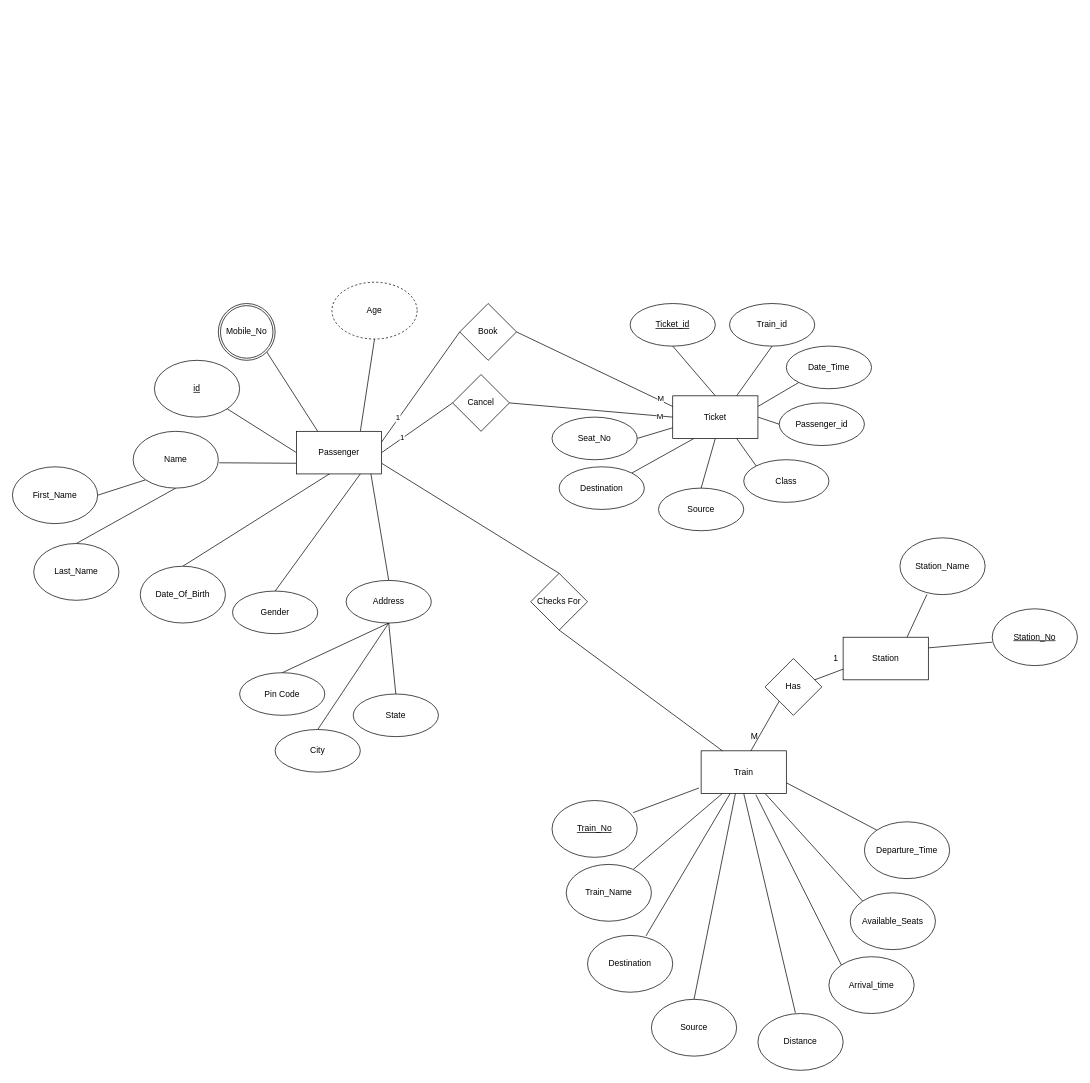
This is Railway-Management-System.drawio from TopVirusMinus/Railway-Management-System-Database, a draw.io file, before an edit. Source tidied: cells renumbered, new cells numbered last; positions are measured from the earlier drawing's top-left corner, leaving out a move shared by most shapes. Both pictures are drawn from the tidied source at 71%, with x=0, y=0 at pixel (12, 282).
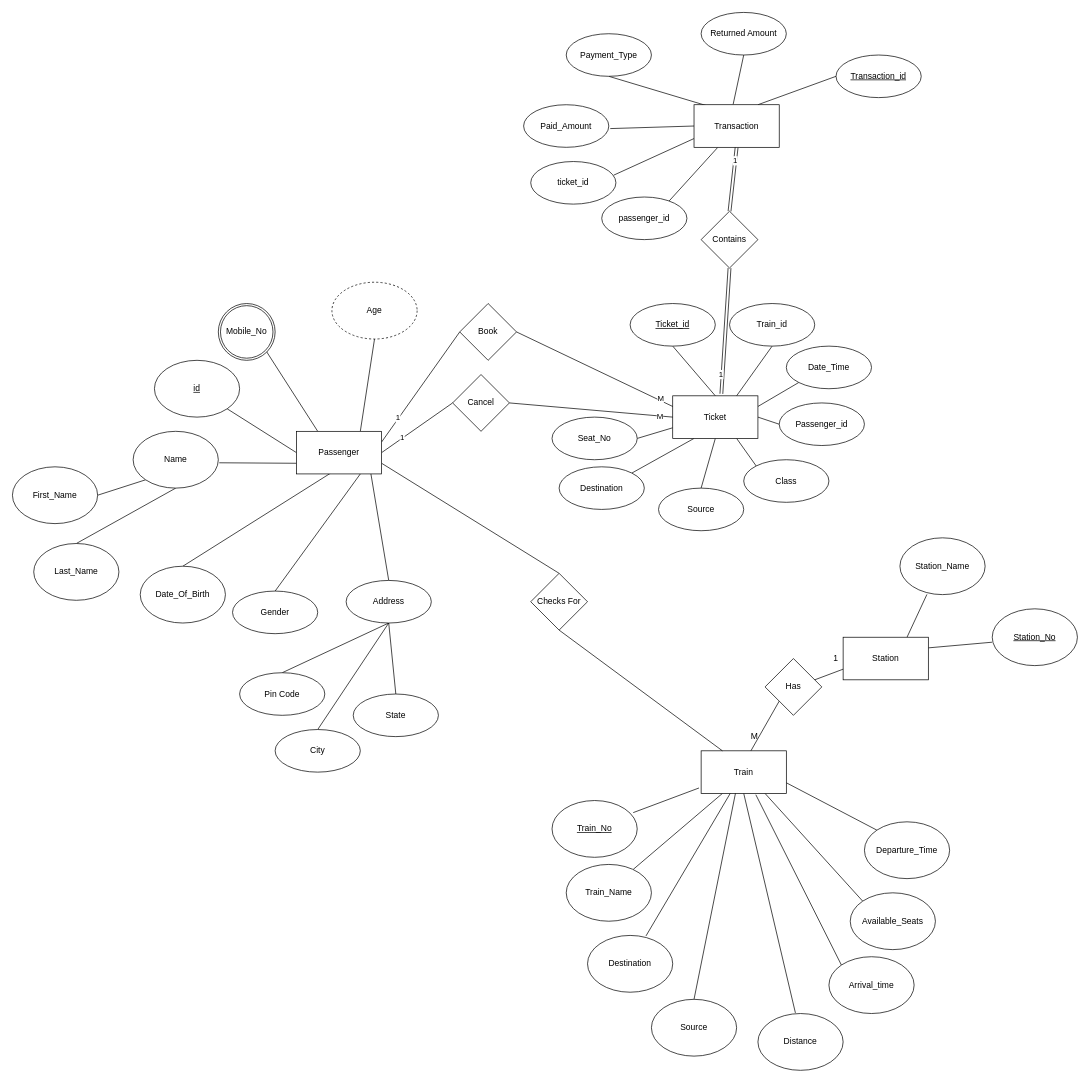
The same diagram, later.

Commit message:
Added Transaction Entity

The change refers to these unchanged cells:
```xml
<mxCell id="67" value="Ticket" style="rounded=0;whiteSpace=wrap;html=1;hachureGap=4;" parent="1" vertex="1">
  <mxGeometry x="930" y="160" width="120" height="60" as="geometry" />
</mxCell>
```

The edit, as a diff of the source:
```diff
@@
+    <mxCell id="84" style="endArrow=none;html=1;rounded=0;sourcePerimeterSpacing=8;targetPerimeterSpacing=8;entryX=0.5;entryY=1;entryDx=0;entryDy=0;exitX=0.571;exitY=-0.047;exitDx=0;exitDy=0;exitPerimeter=0;shape=link;" parent="1" edge="1" source="67" target="88">
+      <mxGeometry relative="1" as="geometry" />
+    </mxCell>
+    <mxCell id="85" value="1" style="edgeLabel;html=1;align=center;verticalAlign=middle;" parent="84" vertex="1">
+      <mxGeometry x="-0.68" y="3" relative="1" as="geometry" />
+    </mxCell>
@@
+    <mxCell id="86" style="endArrow=none;html=1;rounded=0;sourcePerimeterSpacing=8;targetPerimeterSpacing=8;entryX=0.5;entryY=1;entryDx=0;entryDy=0;exitX=0.5;exitY=0;exitDx=0;exitDy=0;shape=link;" parent="1" edge="1" source="88" target="95">
+      <mxGeometry relative="1" as="geometry" />
+    </mxCell>
+    <mxCell id="87" value="1" style="edgeLabel;html=1;align=center;verticalAlign=middle;" parent="86" vertex="1">
+      <mxGeometry x="0.58" relative="1" as="geometry" />
+    </mxCell>
+    <mxCell id="88" value="Contains" style="rhombus;whiteSpace=wrap;html=1;hachureGap=4;" parent="1" vertex="1">
+      <mxGeometry x="970" y="-100" width="80" height="80" as="geometry" />
+    </mxCell>
+    <mxCell id="89" style="endArrow=none;html=1;rounded=0;sourcePerimeterSpacing=8;targetPerimeterSpacing=8;entryX=0.5;entryY=1;entryDx=0;entryDy=0;exitX=0.15;exitY=0.023;exitDx=0;exitDy=0;exitPerimeter=0;" parent="1" edge="1" source="95" target="96">
+      <mxGeometry relative="1" as="geometry" />
+    </mxCell>
+    <mxCell id="90" style="endArrow=none;html=1;rounded=0;sourcePerimeterSpacing=8;targetPerimeterSpacing=8;entryX=1.017;entryY=0.56;entryDx=0;entryDy=0;exitX=0;exitY=0.5;exitDx=0;exitDy=0;entryPerimeter=0;" parent="1" edge="1" source="95" target="97">
+      <mxGeometry relative="1" as="geometry" />
+    </mxCell>
+    <mxCell id="91" style="endArrow=none;html=1;rounded=0;sourcePerimeterSpacing=8;targetPerimeterSpacing=8;entryX=0.5;entryY=1;entryDx=0;entryDy=0;exitX=0.459;exitY=-0.007;exitDx=0;exitDy=0;exitPerimeter=0;" parent="1" edge="1" source="95" target="98">
+      <mxGeometry relative="1" as="geometry" />
+    </mxCell>
+    <mxCell id="92" style="endArrow=none;html=1;rounded=0;sourcePerimeterSpacing=8;targetPerimeterSpacing=8;entryX=0;entryY=0.5;entryDx=0;entryDy=0;exitX=0.75;exitY=0;exitDx=0;exitDy=0;" parent="1" edge="1" source="95" target="99">
+      <mxGeometry relative="1" as="geometry" />
+    </mxCell>
+    <mxCell id="93" style="endArrow=none;html=1;rounded=0;sourcePerimeterSpacing=8;targetPerimeterSpacing=8;entryX=0.974;entryY=0.32;entryDx=0;entryDy=0;exitX=-0.001;exitY=0.795;exitDx=0;exitDy=0;entryPerimeter=0;exitPerimeter=0;" parent="1" edge="1" source="95" target="100">
+      <mxGeometry relative="1" as="geometry" />
+    </mxCell>
+    <mxCell id="94" style="endArrow=none;html=1;rounded=0;sourcePerimeterSpacing=8;targetPerimeterSpacing=8;entryX=0.789;entryY=0.098;entryDx=0;entryDy=0;exitX=0.277;exitY=1.005;exitDx=0;exitDy=0;entryPerimeter=0;exitPerimeter=0;" parent="1" edge="1" source="95" target="101">
+      <mxGeometry relative="1" as="geometry" />
+    </mxCell>
+    <mxCell id="95" value="Transaction" style="whiteSpace=wrap;html=1;hachureGap=4;" parent="1" vertex="1">
+      <mxGeometry x="960" y="-250" width="120" height="60" as="geometry" />
+    </mxCell>
+    <mxCell id="96" value="Payment_Type" style="ellipse;whiteSpace=wrap;html=1;hachureGap=4;" parent="1" vertex="1">
+      <mxGeometry x="780" y="-350" width="120" height="60" as="geometry" />
+    </mxCell>
+    <mxCell id="97" value="Paid_Amount" style="ellipse;whiteSpace=wrap;html=1;hachureGap=4;" parent="1" vertex="1">
+      <mxGeometry x="720" y="-250" width="120" height="60" as="geometry" />
+    </mxCell>
+    <mxCell id="98" value="Returned Amount" style="ellipse;whiteSpace=wrap;html=1;hachureGap=4;" parent="1" vertex="1">
+      <mxGeometry x="970" y="-380" width="120" height="60" as="geometry" />
+    </mxCell>
+    <mxCell id="99" value="&lt;u&gt;Transaction_id&lt;/u&gt;" style="ellipse;whiteSpace=wrap;html=1;hachureGap=4;" parent="1" vertex="1">
+      <mxGeometry x="1160" y="-320" width="120" height="60" as="geometry" />
+    </mxCell>
+    <mxCell id="100" value="ticket_id" style="ellipse;whiteSpace=wrap;html=1;hachureGap=4;" parent="1" vertex="1">
+      <mxGeometry x="730" y="-170" width="120" height="60" as="geometry" />
+    </mxCell>
+    <mxCell id="101" value="passenger_id" style="ellipse;whiteSpace=wrap;html=1;hachureGap=4;" parent="1" vertex="1">
+      <mxGeometry x="830" y="-120" width="120" height="60" as="geometry" />
+    </mxCell>
```
